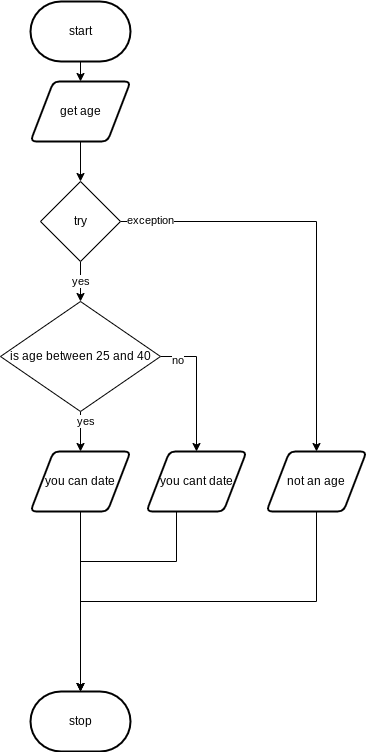
This is flow.png from devin-jhu/ICS3U-3-07-Python, a draw.io export, as it was before one commit. Source tidied: cells renumbered, new cells last; positions are measured from the earlier drawing's top-left corner, leaving out a move shared by most shapes.
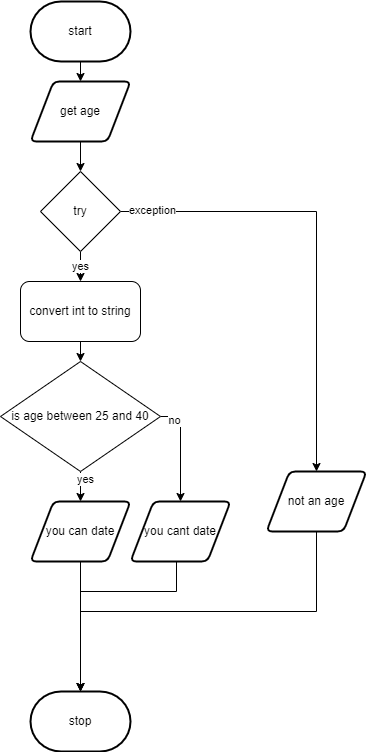
The same file after the commit.

Diff of the diagram source:
```diff
@@ -30,7 +30,7 @@
       <mxGeometry relative="1" as="geometry" />
     </mxCell>
     <mxCell id="11" value="you can date" style="shape=parallelogram;html=1;strokeWidth=2;perimeter=parallelogramPerimeter;whiteSpace=wrap;rounded=1;arcSize=12;size=0.23;" parent="1" vertex="1">
-      <mxGeometry x="30" y="450" width="100" height="60" as="geometry" />
+      <mxGeometry x="30" y="500" width="100" height="60" as="geometry" />
     </mxCell>
     <mxCell id="12" value="stop" style="strokeWidth=2;html=1;shape=mxgraph.flowchart.terminator;whiteSpace=wrap;" parent="1" vertex="1">
       <mxGeometry x="30" y="690" width="100" height="60" as="geometry" />
@@ -38,35 +38,42 @@
     <mxCell id="13" style="edgeStyle=orthogonalEdgeStyle;shape=connector;rounded=0;html=1;exitX=0.25;exitY=1;exitDx=0;exitDy=0;entryX=0.5;entryY=0;entryDx=0;entryDy=0;entryPerimeter=0;labelBackgroundColor=default;fontFamily=Helvetica;fontSize=11;fontColor=default;endArrow=classic;strokeColor=default;" parent="1" edge="1" source="14" target="12">
       <mxGeometry relative="1" as="geometry">
         <Array as="points">
+          <mxPoint x="165" y="510" />
           <mxPoint x="176" y="510" />
-          <mxPoint x="176" y="560" />
-          <mxPoint x="80" y="560" />
+          <mxPoint x="176" y="590" />
+          <mxPoint x="80" y="590" />
         </Array>
       </mxGeometry>
     </mxCell>
     <mxCell id="14" value="you cant date" style="shape=parallelogram;html=1;strokeWidth=2;perimeter=parallelogramPerimeter;whiteSpace=wrap;rounded=1;arcSize=12;size=0.23;" parent="1" vertex="1">
-      <mxGeometry x="146" y="450" width="100" height="60" as="geometry" />
+      <mxGeometry x="130" y="500" width="100" height="60" as="geometry" />
     </mxCell>
     <mxCell id="15" value="is age between 25 and 40" style="rhombus;whiteSpace=wrap;html=1;" parent="1" vertex="1">
-      <mxGeometry y="300" width="160" height="110" as="geometry" />
+      <mxGeometry y="360" width="160" height="110" as="geometry" />
     </mxCell>
-    <mxCell id="16" value="yes" style="edgeStyle=none;html=1;exitX=0.5;exitY=1;exitDx=0;exitDy=0;entryX=0.5;entryY=0;entryDx=0;entryDy=0;" parent="1" edge="1" source="19" target="15">
-      <mxGeometry relative="1" as="geometry" />
-    </mxCell>
     <mxCell id="17" style="edgeStyle=orthogonalEdgeStyle;html=1;exitX=1;exitY=0.5;exitDx=0;exitDy=0;entryX=0.5;entryY=0;entryDx=0;entryDy=0;rounded=0;" parent="1" edge="1" source="19" target="21">
       <mxGeometry relative="1" as="geometry" />
     </mxCell>
     <mxCell id="18" value="exception" style="edgeLabel;html=1;align=center;verticalAlign=middle;fontSize=11;fontFamily=Helvetica;fontColor=default;" parent="17" vertex="1">
       <mxGeometry x="-0.86" y="2" relative="1" as="geometry" />
     </mxCell>
+    <mxCell id="16" value="yes" style="edgeStyle=none;html=1;exitX=0.5;exitY=1;exitDx=0;exitDy=0;entryX=0.5;entryY=0;entryDx=0;entryDy=0;" parent="1" edge="1" source="19" target="23">
+      <mxGeometry relative="1" as="geometry" />
+    </mxCell>
     <mxCell id="19" value="try" style="rhombus;whiteSpace=wrap;html=1;" parent="1" vertex="1">
-      <mxGeometry x="40" y="180" width="80" height="80" as="geometry" />
+      <mxGeometry x="40" y="170" width="80" height="80" as="geometry" />
     </mxCell>
     <mxCell id="20" style="edgeStyle=orthogonalEdgeStyle;shape=connector;rounded=0;html=1;exitX=0.5;exitY=1;exitDx=0;exitDy=0;entryX=0.5;entryY=0;entryDx=0;entryDy=0;entryPerimeter=0;labelBackgroundColor=default;fontFamily=Helvetica;fontSize=11;fontColor=default;endArrow=classic;strokeColor=default;" parent="1" edge="1" source="21" target="12">
       <mxGeometry relative="1" as="geometry" />
     </mxCell>
     <mxCell id="21" value="not an age" style="shape=parallelogram;html=1;strokeWidth=2;perimeter=parallelogramPerimeter;whiteSpace=wrap;rounded=1;arcSize=12;size=0.23;" parent="1" vertex="1">
-      <mxGeometry x="266" y="450" width="100" height="60" as="geometry" />
+      <mxGeometry x="266" y="470" width="100" height="60" as="geometry" />
     </mxCell>
+    <mxCell id="22" style="edgeStyle=none;html=1;exitX=0.5;exitY=1;exitDx=0;exitDy=0;entryX=0.5;entryY=0;entryDx=0;entryDy=0;" parent="1" edge="1" source="23" target="15">
+      <mxGeometry relative="1" as="geometry" />
+    </mxCell>
+    <mxCell id="23" value="convert int to string" style="rounded=1;whiteSpace=wrap;html=1;" parent="1" vertex="1">
+      <mxGeometry x="20" y="280" width="120" height="60" as="geometry" />
+    </mxCell>
   </root>
 </mxGraphModel>
```
